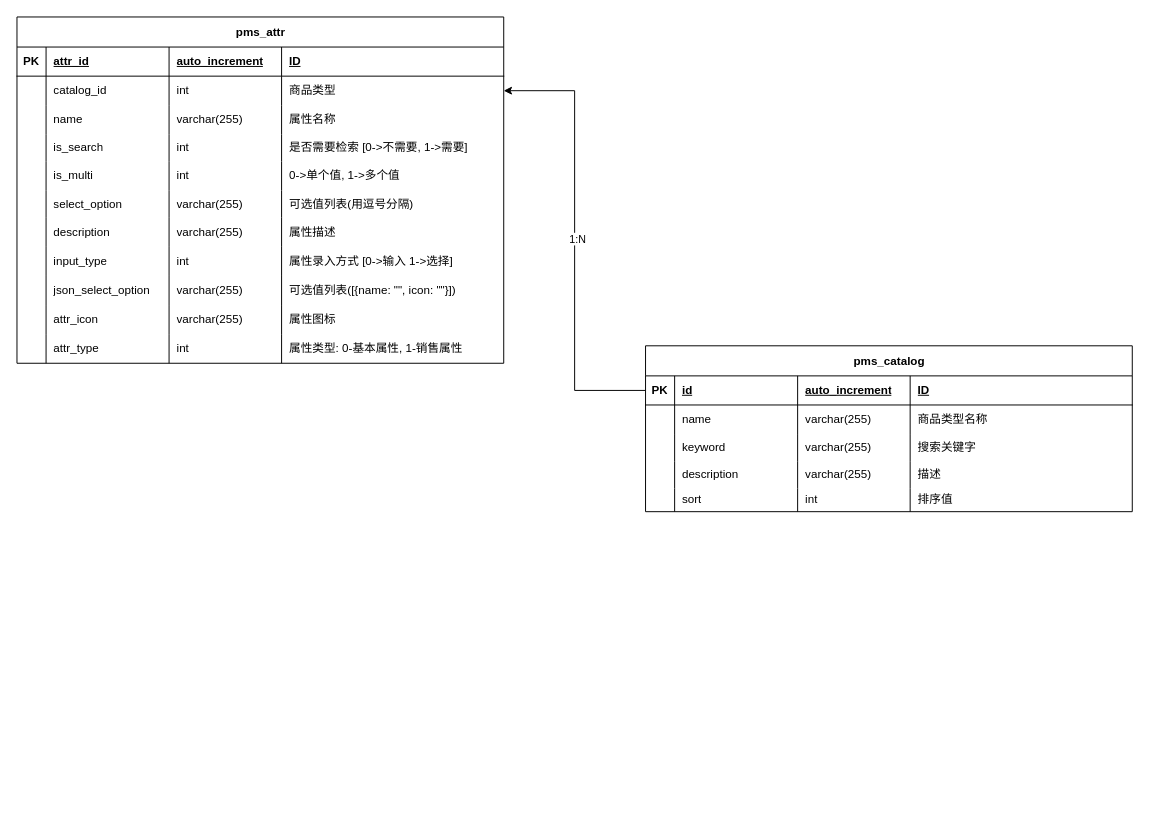
Before: 商品管理.drawio in gaollard/diagrams, a draw.io diagram. Source tidied: cells renumbered, new cells numbered last; positions are measured from the earlier drawing's top-left corner, leaving out a move shared by most shapes. Both pictures are drawn from the tidied source at 97%, with x=0, y=0 at pixel (16, 16).
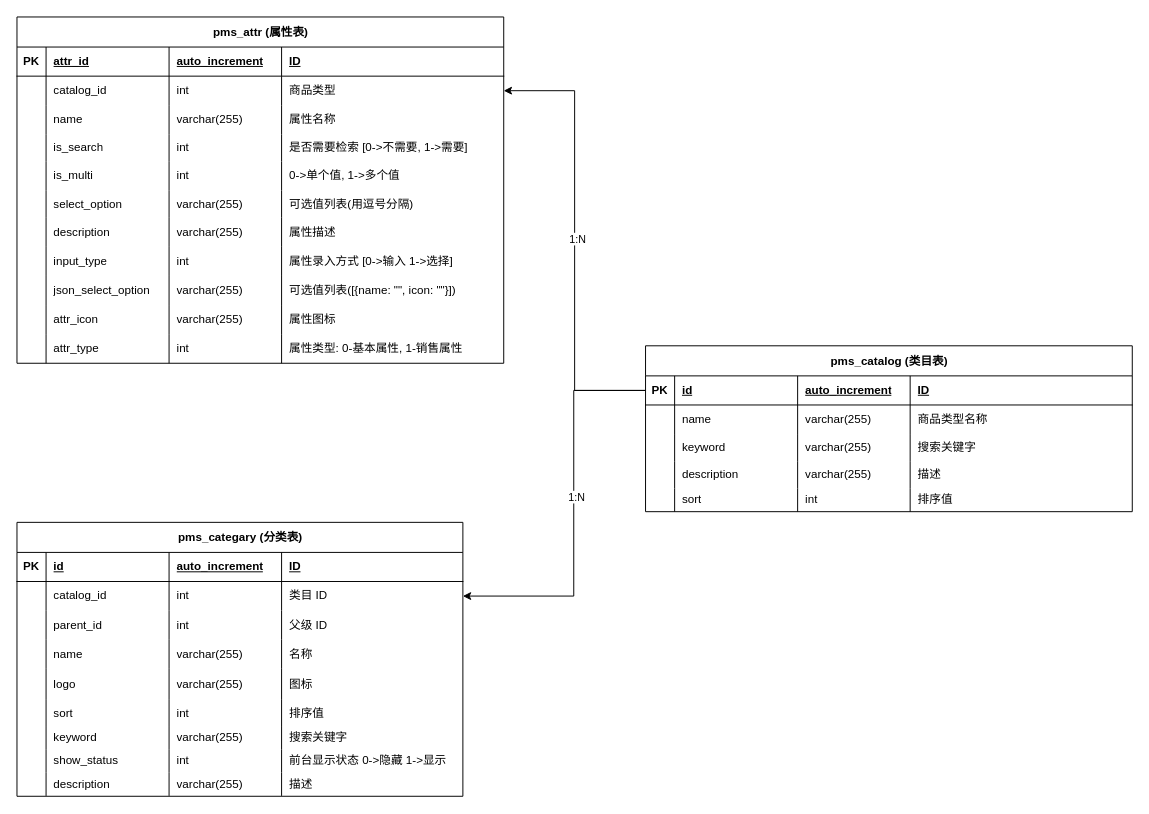
After the change.

Commit message (it also covers changes not shown here):
更新商品管理.drawio

Unchanged cells that the change refers to:
```xml
<mxCell id="59" style="shape=tableRow;horizontal=0;startSize=0;swimlaneHead=0;swimlaneBody=0;fillColor=none;points=[[0,0.5],[1,0.5]];portConstraint=eastwest;top=0;left=0;right=0;bottom=1;" parent="58" vertex="1">
  <mxGeometry y="31" width="501.8" height="30" as="geometry" />
</mxCell>
```

Diff of the diagram source:
```diff
@@
-    <mxCell id="2" value="pms_attr" style="shape=table;startSize=31;childLayout=tableLayout;rowLines=0;fontStyle=1;align=center;html=1;" parent="1" vertex="1">
+    <mxCell id="2" value="pms_attr (属性表)" style="shape=table;startSize=31;childLayout=tableLayout;rowLines=0;fontStyle=1;align=center;html=1;" parent="1" vertex="1">
       <mxGeometry width="501.8" height="357" as="geometry" />
     </mxCell>
@@
-    <mxCell id="58" value="pms_catalog" style="shape=table;startSize=31;childLayout=tableLayout;rowLines=0;fontStyle=1;align=center;html=1;" parent="1" vertex="1">
+    <mxCell id="58" value="pms_catalog (类目表)" style="shape=table;startSize=31;childLayout=tableLayout;rowLines=0;fontStyle=1;align=center;html=1;" parent="1" vertex="1">
       <mxGeometry x="648" y="339" width="501.8" height="171" as="geometry" />
     </mxCell>
@@
+    <mxCell id="86" value="pms_categary (分类表)" style="shape=table;startSize=31;childLayout=tableLayout;rowLines=0;fontStyle=1;align=center;html=1;" parent="1" vertex="1">
+      <mxGeometry y="521" width="459.7" height="282.4" as="geometry" />
+    </mxCell>
+    <mxCell id="87" style="shape=tableRow;horizontal=0;startSize=0;swimlaneHead=0;swimlaneBody=0;fillColor=none;top=0;left=0;right=0;bottom=1;" parent="86" vertex="1">
+      <mxGeometry y="31" width="459.7" height="30" as="geometry" />
+    </mxCell>
+    <mxCell id="88" value="PK" style="shape=partialRectangle;fillColor=none;top=0;left=0;bottom=0;right=0;fontStyle=1;overflow=hidden;whiteSpace=wrap;html=1;" parent="87" vertex="1">
+      <mxGeometry width="30" height="30" as="geometry" />
+    </mxCell>
+    <mxCell id="89" value="id" style="shape=partialRectangle;fillColor=none;top=0;left=0;bottom=0;right=0;align=left;spacingLeft=6;fontStyle=5;overflow=hidden;whiteSpace=wrap;html=1;" parent="87" vertex="1">
+      <mxGeometry x="30" width="126.8" height="30" as="geometry" />
+    </mxCell>
+    <mxCell id="90" value="auto_increment" style="shape=partialRectangle;fillColor=none;top=0;left=0;bottom=0;right=0;align=left;spacingLeft=6;fontStyle=5;overflow=hidden;whiteSpace=wrap;html=1;" parent="87" vertex="1">
+      <mxGeometry x="156.8" width="116" height="30" as="geometry" />
+    </mxCell>
+    <mxCell id="91" value="ID" style="shape=partialRectangle;fillColor=none;top=0;left=0;bottom=0;right=0;align=left;spacingLeft=6;fontStyle=5;overflow=hidden;whiteSpace=wrap;html=1;" parent="87" vertex="1">
+      <mxGeometry x="272.8" width="187" height="30" as="geometry" />
+    </mxCell>
+    <mxCell id="92" style="shape=tableRow;horizontal=0;startSize=0;swimlaneHead=0;swimlaneBody=0;fillColor=none;points=[[0,0.5],[1,0.5]];portConstraint=eastwest;top=0;left=0;right=0;bottom=0;" parent="86" vertex="1">
+      <mxGeometry y="61" width="459.7" height="30" as="geometry" />
+    </mxCell>
+    <mxCell id="93" style="shape=partialRectangle;fillColor=none;top=0;left=0;bottom=0;right=0;overflow=hidden;whiteSpace=wrap;html=1;" parent="92" vertex="1">
+      <mxGeometry width="30" height="30" as="geometry" />
+    </mxCell>
+    <mxCell id="94" value="catalog_id" style="shape=partialRectangle;fillColor=none;top=0;left=0;bottom=0;right=0;align=left;spacingLeft=6;overflow=hidden;whiteSpace=wrap;html=1;" parent="92" vertex="1">
+      <mxGeometry x="30" width="126.8" height="30" as="geometry" />
+    </mxCell>
+    <mxCell id="95" value="int" style="shape=partialRectangle;fillColor=none;top=0;left=0;bottom=0;right=0;align=left;spacingLeft=6;overflow=hidden;whiteSpace=wrap;html=1;" parent="92" vertex="1">
+      <mxGeometry x="156.8" width="116" height="30" as="geometry" />
+    </mxCell>
+    <mxCell id="96" value="类目 ID" style="shape=partialRectangle;fillColor=none;top=0;left=0;bottom=0;right=0;align=left;spacingLeft=6;overflow=hidden;whiteSpace=wrap;html=1;" parent="92" vertex="1">
+      <mxGeometry x="272.8" width="187" height="30" as="geometry" />
+    </mxCell>
+    <mxCell id="97" style="shape=tableRow;horizontal=0;startSize=0;swimlaneHead=0;swimlaneBody=0;fillColor=none;top=0;left=0;right=0;bottom=0;" parent="86" vertex="1">
+      <mxGeometry y="91" width="459.7" height="30" as="geometry" />
+    </mxCell>
+    <mxCell id="98" style="shape=partialRectangle;fillColor=none;top=0;left=0;bottom=0;right=0;overflow=hidden;whiteSpace=wrap;html=1;" parent="97" vertex="1">
+      <mxGeometry width="30" height="30" as="geometry" />
+    </mxCell>
+    <mxCell id="99" value="parent_id" style="shape=partialRectangle;fillColor=none;top=0;left=0;bottom=0;right=0;align=left;spacingLeft=6;overflow=hidden;whiteSpace=wrap;html=1;" parent="97" vertex="1">
+      <mxGeometry x="30" width="126.8" height="30" as="geometry" />
+    </mxCell>
+    <mxCell id="100" value="int" style="shape=partialRectangle;fillColor=none;top=0;left=0;bottom=0;right=0;align=left;spacingLeft=6;overflow=hidden;whiteSpace=wrap;html=1;" parent="97" vertex="1">
+      <mxGeometry x="156.8" width="116" height="30" as="geometry" />
+    </mxCell>
+    <mxCell id="101" value="父级 ID" style="shape=partialRectangle;fillColor=none;top=0;left=0;bottom=0;right=0;align=left;spacingLeft=6;overflow=hidden;whiteSpace=wrap;html=1;" parent="97" vertex="1">
+      <mxGeometry x="272.8" width="187" height="30" as="geometry" />
+    </mxCell>
+    <mxCell id="102" style="shape=tableRow;horizontal=0;startSize=0;swimlaneHead=0;swimlaneBody=0;fillColor=none;top=0;left=0;right=0;bottom=0;" parent="86" vertex="1">
+      <mxGeometry y="121" width="459.7" height="30" as="geometry" />
+    </mxCell>
+    <mxCell id="103" style="shape=partialRectangle;fillColor=none;top=0;left=0;bottom=0;right=0;overflow=hidden;whiteSpace=wrap;html=1;" parent="102" vertex="1">
+      <mxGeometry width="30" height="30" as="geometry" />
+    </mxCell>
+    <mxCell id="104" value="name" style="shape=partialRectangle;fillColor=none;top=0;left=0;bottom=0;right=0;align=left;spacingLeft=6;overflow=hidden;whiteSpace=wrap;html=1;" parent="102" vertex="1">
+      <mxGeometry x="30" width="126.8" height="30" as="geometry" />
+    </mxCell>
+    <mxCell id="105" value="varchar(255)" style="shape=partialRectangle;fillColor=none;top=0;left=0;bottom=0;right=0;align=left;spacingLeft=6;overflow=hidden;whiteSpace=wrap;html=1;" parent="102" vertex="1">
+      <mxGeometry x="156.8" width="116" height="30" as="geometry" />
+    </mxCell>
+    <mxCell id="106" value="名称" style="shape=partialRectangle;fillColor=none;top=0;left=0;bottom=0;right=0;align=left;spacingLeft=6;overflow=hidden;whiteSpace=wrap;html=1;" parent="102" vertex="1">
+      <mxGeometry x="272.8" width="187" height="30" as="geometry" />
+    </mxCell>
+    <mxCell id="107" style="shape=tableRow;horizontal=0;startSize=0;swimlaneHead=0;swimlaneBody=0;fillColor=none;top=0;left=0;right=0;bottom=0;" parent="86" vertex="1">
+      <mxGeometry y="151" width="459.7" height="32" as="geometry" />
+    </mxCell>
+    <mxCell id="108" style="shape=partialRectangle;fillColor=none;top=0;left=0;bottom=0;right=0;overflow=hidden;whiteSpace=wrap;html=1;" parent="107" vertex="1">
+      <mxGeometry width="30" height="32" as="geometry" />
+    </mxCell>
+    <mxCell id="109" value="logo" style="shape=partialRectangle;fillColor=none;top=0;left=0;bottom=0;right=0;align=left;spacingLeft=6;overflow=hidden;whiteSpace=wrap;html=1;" parent="107" vertex="1">
+      <mxGeometry x="30" width="126.8" height="32" as="geometry" />
+    </mxCell>
+    <mxCell id="110" value="varchar(255)" style="shape=partialRectangle;fillColor=none;top=0;left=0;bottom=0;right=0;align=left;spacingLeft=6;overflow=hidden;whiteSpace=wrap;html=1;" parent="107" vertex="1">
+      <mxGeometry x="156.8" width="116" height="32" as="geometry" />
+    </mxCell>
+    <mxCell id="111" value="图标" style="shape=partialRectangle;fillColor=none;top=0;left=0;bottom=0;right=0;align=left;spacingLeft=6;overflow=hidden;whiteSpace=wrap;html=1;" parent="107" vertex="1">
+      <mxGeometry x="272.8" width="187" height="32" as="geometry" />
+    </mxCell>
+    <mxCell id="112" style="shape=tableRow;horizontal=0;startSize=0;swimlaneHead=0;swimlaneBody=0;fillColor=none;top=0;left=0;right=0;bottom=0;" parent="86" vertex="1">
+      <mxGeometry y="183" width="459.7" height="27" as="geometry" />
+    </mxCell>
+    <mxCell id="113" style="shape=partialRectangle;fillColor=none;top=0;left=0;bottom=0;right=0;overflow=hidden;whiteSpace=wrap;html=1;" parent="112" vertex="1">
+      <mxGeometry width="30" height="27" as="geometry" />
+    </mxCell>
+    <mxCell id="114" value="sort" style="shape=partialRectangle;fillColor=none;top=0;left=0;bottom=0;right=0;align=left;spacingLeft=6;overflow=hidden;whiteSpace=wrap;html=1;" parent="112" vertex="1">
+      <mxGeometry x="30" width="126.8" height="27" as="geometry" />
+    </mxCell>
+    <mxCell id="115" value="int" style="shape=partialRectangle;fillColor=none;top=0;left=0;bottom=0;right=0;align=left;spacingLeft=6;overflow=hidden;whiteSpace=wrap;html=1;" parent="112" vertex="1">
+      <mxGeometry x="156.8" width="116" height="27" as="geometry" />
+    </mxCell>
+    <mxCell id="116" value="排序值" style="shape=partialRectangle;fillColor=none;top=0;left=0;bottom=0;right=0;align=left;spacingLeft=6;overflow=hidden;whiteSpace=wrap;html=1;" parent="112" vertex="1">
+      <mxGeometry x="272.8" width="187" height="27" as="geometry" />
+    </mxCell>
+    <mxCell id="117" style="shape=tableRow;horizontal=0;startSize=0;swimlaneHead=0;swimlaneBody=0;fillColor=none;top=0;left=0;right=0;bottom=0;" parent="86" vertex="1">
+      <mxGeometry y="210" width="459.7" height="24" as="geometry" />
+    </mxCell>
+    <mxCell id="118" style="shape=partialRectangle;fillColor=none;top=0;left=0;bottom=0;right=0;overflow=hidden;whiteSpace=wrap;html=1;" parent="117" vertex="1">
+      <mxGeometry width="30" height="24" as="geometry" />
+    </mxCell>
+    <mxCell id="119" value="keyword" style="shape=partialRectangle;fillColor=none;top=0;left=0;bottom=0;right=0;align=left;spacingLeft=6;overflow=hidden;whiteSpace=wrap;html=1;" parent="117" vertex="1">
+      <mxGeometry x="30" width="126.8" height="24" as="geometry" />
+    </mxCell>
+    <mxCell id="120" value="varchar(255)" style="shape=partialRectangle;fillColor=none;top=0;left=0;bottom=0;right=0;align=left;spacingLeft=6;overflow=hidden;whiteSpace=wrap;html=1;" parent="117" vertex="1">
+      <mxGeometry x="156.8" width="116" height="24" as="geometry" />
+    </mxCell>
+    <mxCell id="121" value="搜索关键字" style="shape=partialRectangle;fillColor=none;top=0;left=0;bottom=0;right=0;align=left;spacingLeft=6;overflow=hidden;whiteSpace=wrap;html=1;" parent="117" vertex="1">
+      <mxGeometry x="272.8" width="187" height="24" as="geometry" />
+    </mxCell>
+    <mxCell id="122" style="shape=tableRow;horizontal=0;startSize=0;swimlaneHead=0;swimlaneBody=0;fillColor=none;top=0;left=0;right=0;bottom=0;" parent="86" vertex="1">
+      <mxGeometry y="234" width="459.7" height="24" as="geometry" />
+    </mxCell>
+    <mxCell id="123" style="shape=partialRectangle;fillColor=none;top=0;left=0;bottom=0;right=0;overflow=hidden;whiteSpace=wrap;html=1;" parent="122" vertex="1">
+      <mxGeometry width="30" height="24" as="geometry" />
+    </mxCell>
+    <mxCell id="124" value="show_status" style="shape=partialRectangle;fillColor=none;top=0;left=0;bottom=0;right=0;align=left;spacingLeft=6;overflow=hidden;whiteSpace=wrap;html=1;" parent="122" vertex="1">
+      <mxGeometry x="30" width="126.8" height="24" as="geometry" />
+    </mxCell>
+    <mxCell id="125" value="int" style="shape=partialRectangle;fillColor=none;top=0;left=0;bottom=0;right=0;align=left;spacingLeft=6;overflow=hidden;whiteSpace=wrap;html=1;" parent="122" vertex="1">
+      <mxGeometry x="156.8" width="116" height="24" as="geometry" />
+    </mxCell>
+    <mxCell id="126" value="前台显示状态 0-&amp;gt;隐藏 1-&amp;gt;显示" style="shape=partialRectangle;fillColor=none;top=0;left=0;bottom=0;right=0;align=left;spacingLeft=6;overflow=hidden;whiteSpace=wrap;html=1;" parent="122" vertex="1">
+      <mxGeometry x="272.8" width="187" height="24" as="geometry" />
+    </mxCell>
+    <mxCell id="127" style="shape=tableRow;horizontal=0;startSize=0;swimlaneHead=0;swimlaneBody=0;fillColor=none;top=0;left=0;right=0;bottom=0;" parent="86" vertex="1">
+      <mxGeometry y="258" width="459.7" height="24" as="geometry" />
+    </mxCell>
+    <mxCell id="128" style="shape=partialRectangle;fillColor=none;top=0;left=0;bottom=0;right=0;overflow=hidden;whiteSpace=wrap;html=1;" parent="127" vertex="1">
+      <mxGeometry width="30" height="24" as="geometry" />
+    </mxCell>
+    <mxCell id="129" value="description" style="shape=partialRectangle;fillColor=none;top=0;left=0;bottom=0;right=0;align=left;spacingLeft=6;overflow=hidden;whiteSpace=wrap;html=1;" parent="127" vertex="1">
+      <mxGeometry x="30" width="126.8" height="24" as="geometry" />
+    </mxCell>
+    <mxCell id="130" value="varchar(255)" style="shape=partialRectangle;fillColor=none;top=0;left=0;bottom=0;right=0;align=left;spacingLeft=6;overflow=hidden;whiteSpace=wrap;html=1;" parent="127" vertex="1">
+      <mxGeometry x="156.8" width="116" height="24" as="geometry" />
+    </mxCell>
+    <mxCell id="131" value="描述" style="shape=partialRectangle;fillColor=none;top=0;left=0;bottom=0;right=0;align=left;spacingLeft=6;overflow=hidden;whiteSpace=wrap;html=1;" parent="127" vertex="1">
+      <mxGeometry x="272.8" width="187" height="24" as="geometry" />
+    </mxCell>
+    <mxCell id="132" style="edgeStyle=orthogonalEdgeStyle;rounded=0;jettySize=auto;html=1;exitX=0;exitY=0.5;exitDx=0;exitDy=0;entryX=1;entryY=0.5;entryDx=0;entryDy=0;" parent="1" edge="1" source="59" target="92">
+      <mxGeometry relative="1" as="geometry">
+        <Array as="points">
+          <mxPoint x="574" y="385" />
+          <mxPoint x="574" y="597" />
+        </Array>
+      </mxGeometry>
+    </mxCell>
+    <mxCell id="133" value="1:N" style="edgeLabel;html=1;align=center;verticalAlign=middle;" parent="132" vertex="1">
+      <mxGeometry x="0.08" relative="1" as="geometry">
+        <mxPoint x="2" y="-33" as="offset" />
+      </mxGeometry>
+    </mxCell>
```
